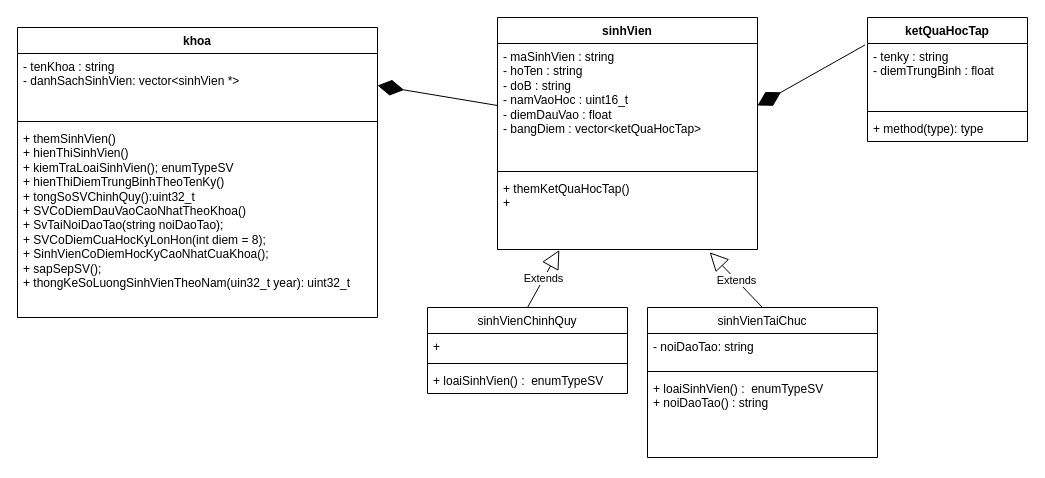
Above: oop/bai15/oopDiagram.drawio in SonRiGard/C-CPP (draw.io), before the change. Source tidied: cells renumbered, new cells numbered last; positions are measured from the earlier drawing's top-left corner, leaving out a move shared by most shapes. Both pictures are drawn from the tidied source at 100%, with x=0, y=0 at pixel (17, 17).
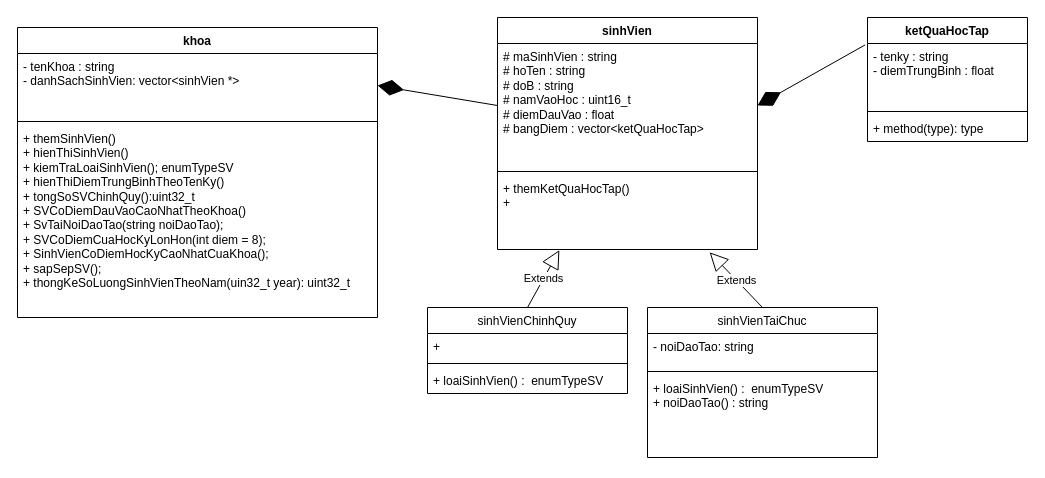
Above is the later version.

The change refers to these unchanged cells:
```xml
<mxCell id="2" value="sinhVien" style="swimlane;fontStyle=1;align=center;verticalAlign=top;horizontal=1;startSize=26;whiteSpace=wrap;html=1;" parent="1" vertex="1">
  <mxGeometry x="480" width="260" height="232" as="geometry" />
</mxCell>
```

Diff of the diagram source:
```diff
@@
-    <mxCell id="3" value="- maSinhVien : string&lt;div&gt;- hoTen : string&lt;/div&gt;&lt;div&gt;- doB : string&lt;/div&gt;&lt;div&gt;- namVaoHoc : uint16_t&lt;/div&gt;&lt;div&gt;- diemDauVao : float&lt;/div&gt;&lt;div&gt;- bangDiem : vector&amp;lt;ketQuaHocTap&amp;gt;&lt;/div&gt;&lt;div&gt;&lt;br&gt;&lt;/div&gt;" style="text;strokeColor=none;fillColor=none;align=left;verticalAlign=top;spacingLeft=4;spacingRight=4;overflow=hidden;points=[[0,0.5],[1,0.5]];portConstraint=eastwest;whiteSpace=wrap;html=1;" parent="2" vertex="1">
+    <mxCell id="3" value="# maSinhVien : string&lt;div&gt;# hoTen : string&lt;/div&gt;&lt;div&gt;# doB : string&lt;/div&gt;&lt;div&gt;# namVaoHoc : uint16_t&lt;/div&gt;&lt;div&gt;# diemDauVao : float&lt;/div&gt;&lt;div&gt;# bangDiem : vector&amp;lt;ketQuaHocTap&amp;gt;&lt;/div&gt;&lt;div&gt;&lt;br&gt;&lt;/div&gt;" style="text;strokeColor=none;fillColor=none;align=left;verticalAlign=top;spacingLeft=4;spacingRight=4;overflow=hidden;points=[[0,0.5],[1,0.5]];portConstraint=eastwest;whiteSpace=wrap;html=1;" parent="2" vertex="1">
       <mxGeometry y="26" width="260" height="124" as="geometry" />
     </mxCell>
```
